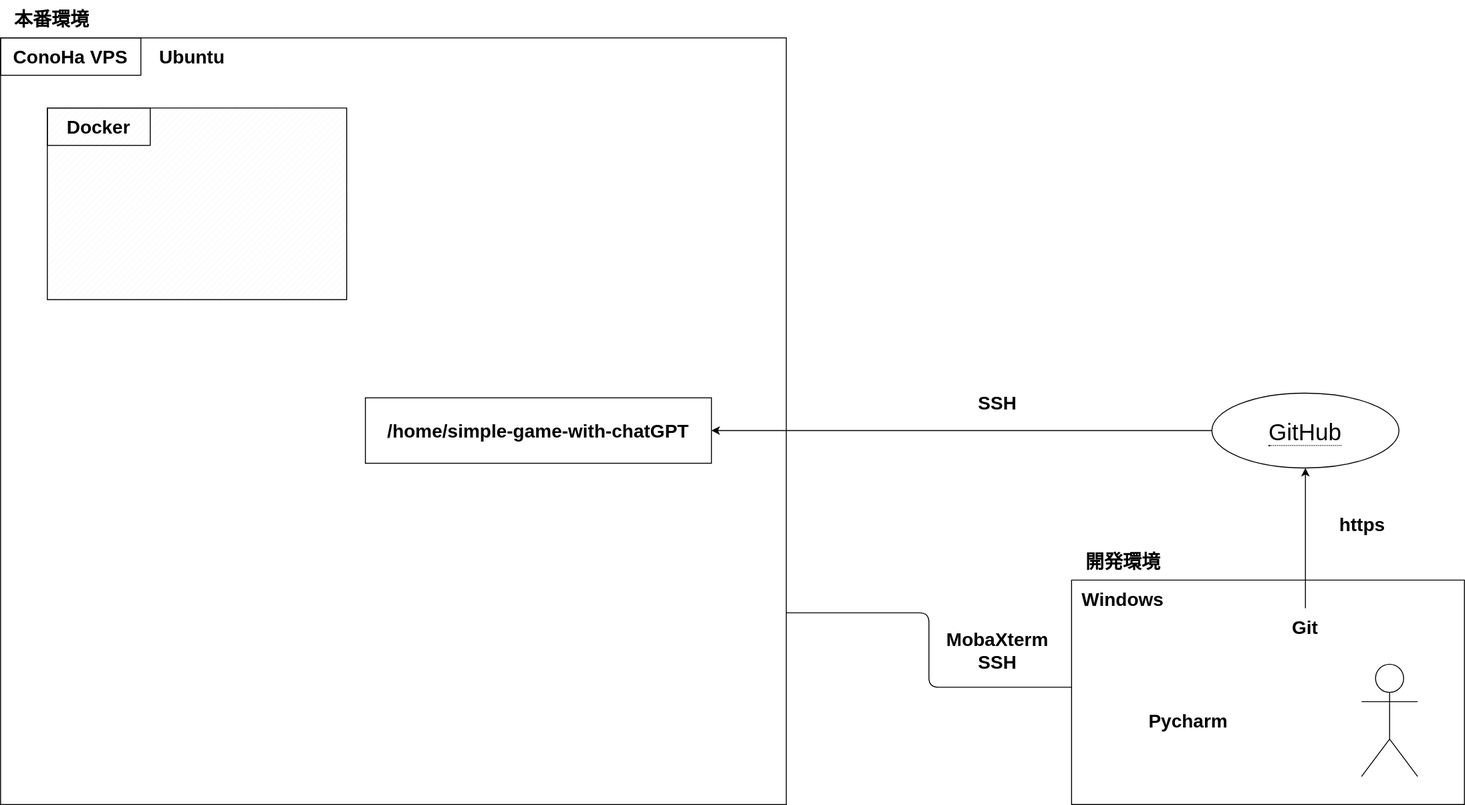
KIX-ITM/simple-game-with-chatGPT keeps this draw.io diagram as 構成図.svg. Above is the earlier version. Source tidied: cells renumbered, new cells last; positions are measured from the earlier drawing's top-left corner, leaving out a move shared by most shapes. Its diagram source:
```xml
<mxGraphModel>
  <root>
    <mxCell id="0" />
    <mxCell id="1" parent="0" />
    <mxCell id="2" style="edgeStyle=orthogonalEdgeStyle;jettySize=auto;html=1;exitX=1;exitY=0.75;exitDx=0;exitDy=0;entryX=0.025;entryY=0.477;entryDx=0;entryDy=0;entryPerimeter=0;" parent="1" edge="1" source="3" target="5">
      <mxGeometry relative="1" as="geometry" />
    </mxCell>
    <mxCell id="3" style="rounded=0;whiteSpace=wrap;html=1;" parent="1" vertex="1">
      <mxGeometry y="40" width="840" height="820" as="geometry" />
    </mxCell>
    <mxCell id="4" value="ConoHa VPS" style="text;html=1;strokeColor=default;fillColor=none;align=center;verticalAlign=middle;whiteSpace=wrap;rounded=0;fontSize=20;fontStyle=1;" parent="1" vertex="1">
      <mxGeometry y="40" width="150" height="40" as="geometry" />
    </mxCell>
    <mxCell id="5" style="verticalLabelPosition=bottom;verticalAlign=top;html=1;shape=mxgraph.basic.rect;fillColor2=none;strokeWidth=1;size=20;indent=5;" parent="1" vertex="1">
      <mxGeometry x="1145" y="620" width="420" height="240" as="geometry" />
    </mxCell>
    <mxCell id="6" value="Ubuntu" style="text;html=1;strokeColor=none;fillColor=none;align=center;verticalAlign=middle;whiteSpace=wrap;rounded=0;fontSize=20;fontStyle=1;" parent="1" vertex="1">
      <mxGeometry x="150" y="40" width="110" height="40" as="geometry" />
    </mxCell>
    <mxCell id="7" value="本番環境" style="text;html=1;strokeColor=none;fillColor=none;align=center;verticalAlign=middle;whiteSpace=wrap;rounded=0;fontSize=20;fontStyle=1;" parent="1" vertex="1">
      <mxGeometry width="110" height="40" as="geometry" />
    </mxCell>
    <mxCell id="8" value="開発環境" style="text;html=1;strokeColor=none;fillColor=none;align=center;verticalAlign=middle;whiteSpace=wrap;rounded=0;fontSize=20;fontStyle=1;" parent="1" vertex="1">
      <mxGeometry x="1145" y="580" width="110" height="40" as="geometry" />
    </mxCell>
    <mxCell id="9" style="edgeStyle=orthogonalEdgeStyle;jettySize=auto;html=1;exitX=0.5;exitY=0;exitDx=0;exitDy=0;entryX=0.5;entryY=1;entryDx=0;entryDy=0;" parent="1" edge="1" source="10" target="16">
      <mxGeometry relative="1" as="geometry" />
    </mxCell>
    <mxCell id="10" value="Git" style="text;html=1;strokeColor=none;fillColor=none;align=center;verticalAlign=middle;whiteSpace=wrap;rounded=0;fontSize=20;fontStyle=1;" parent="1" vertex="1">
      <mxGeometry x="1340" y="650" width="110" height="40" as="geometry" />
    </mxCell>
    <mxCell id="11" style="shape=umlActor;verticalLabelPosition=bottom;verticalAlign=top;html=1;" parent="1" vertex="1">
      <mxGeometry x="1455" y="710" width="60" height="120" as="geometry" />
    </mxCell>
    <mxCell id="12" value="Pycharm" style="text;html=1;strokeColor=none;fillColor=none;align=center;verticalAlign=middle;whiteSpace=wrap;rounded=0;fontSize=20;fontStyle=1;" parent="1" vertex="1">
      <mxGeometry x="1215" y="750" width="110" height="40" as="geometry" />
    </mxCell>
    <mxCell id="13" value="Windows" style="text;html=1;strokeColor=none;fillColor=none;align=center;verticalAlign=middle;whiteSpace=wrap;rounded=0;fontSize=20;fontStyle=1;" parent="1" vertex="1">
      <mxGeometry x="1145" y="620" width="110" height="40" as="geometry" />
    </mxCell>
    <mxCell id="14" style="verticalLabelPosition=bottom;verticalAlign=top;html=1;shape=mxgraph.basic.patternFillRect;fillStyle=diag;step=5;fillStrokeWidth=0.2;fillStrokeColor=#dddddd;" parent="1" vertex="1">
      <mxGeometry x="50" y="115" width="320" height="205" as="geometry" />
    </mxCell>
    <mxCell id="15" style="edgeStyle=orthogonalEdgeStyle;jettySize=auto;html=1;exitX=0;exitY=0.5;exitDx=0;exitDy=0;" parent="1" edge="1" source="16" target="17">
      <mxGeometry relative="1" as="geometry" />
    </mxCell>
    <mxCell id="16" value="&lt;span style=&quot;border-bottom: 1px dotted; font-size: 25px;&quot;&gt;GitHub&lt;/span&gt;" style="ellipse;whiteSpace=wrap;html=1;align=center;fontSize=30;" parent="1" vertex="1">
      <mxGeometry x="1295" y="420" width="200" height="80" as="geometry" />
    </mxCell>
    <mxCell id="17" value="/home/simple-game-with-chatGPT" style="text;html=1;strokeColor=default;fillColor=none;align=center;verticalAlign=middle;whiteSpace=wrap;rounded=0;fontSize=20;fontStyle=1;" parent="1" vertex="1">
      <mxGeometry x="390" y="425" width="370" height="70" as="geometry" />
    </mxCell>
    <mxCell id="18" value="SSH" style="text;html=1;strokeColor=none;fillColor=none;align=center;verticalAlign=middle;whiteSpace=wrap;rounded=0;fontSize=20;fontStyle=1;" parent="1" vertex="1">
      <mxGeometry x="1011" y="410" width="110" height="40" as="geometry" />
    </mxCell>
    <mxCell id="19" value="MobaXterm&lt;br&gt;SSH" style="text;html=1;strokeColor=none;fillColor=none;align=center;verticalAlign=middle;whiteSpace=wrap;rounded=0;fontSize=20;fontStyle=1;" parent="1" vertex="1">
      <mxGeometry x="991" y="650" width="150" height="90" as="geometry" />
    </mxCell>
    <mxCell id="20" value="Docker" style="text;html=1;strokeColor=default;fillColor=none;align=center;verticalAlign=middle;whiteSpace=wrap;rounded=0;fontSize=20;fontStyle=1;" parent="1" vertex="1">
      <mxGeometry x="50" y="115" width="110" height="40" as="geometry" />
    </mxCell>
    <mxCell id="21" value="https" style="text;html=1;strokeColor=none;fillColor=none;align=center;verticalAlign=middle;whiteSpace=wrap;rounded=0;fontSize=20;fontStyle=1;" parent="1" vertex="1">
      <mxGeometry x="1401" y="540" width="110" height="40" as="geometry" />
    </mxCell>
  </root>
</mxGraphModel>
```
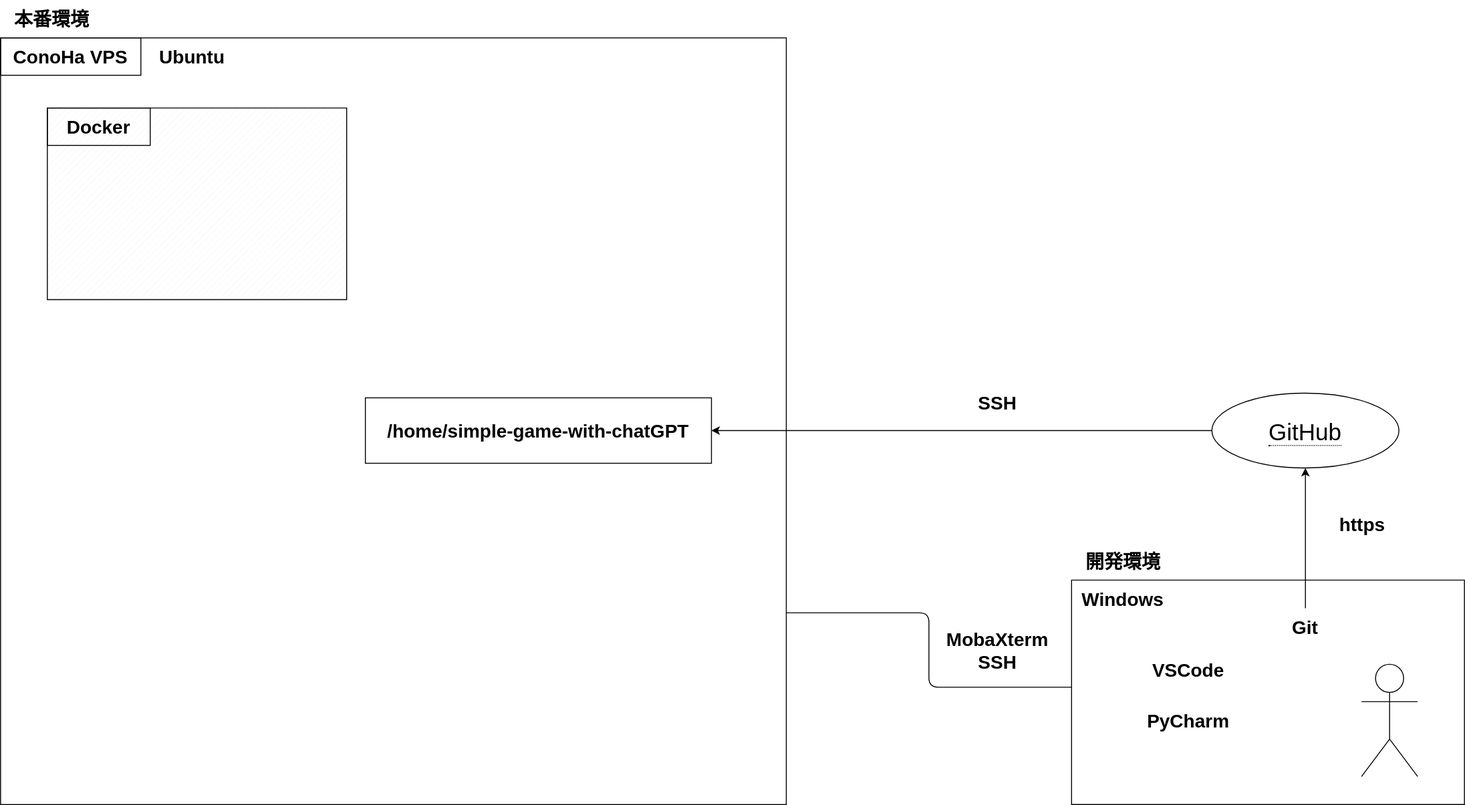
The same file after the commit.

Diff of the diagram source:
```diff
@@ -1,4 +1,4 @@
-<mxGraphModel>
+<mxGraphModel background="#ffffff">
   <root>
     <mxCell id="0" />
     <mxCell id="1" parent="0" />
@@ -32,7 +32,7 @@
     <mxCell id="11" style="shape=umlActor;verticalLabelPosition=bottom;verticalAlign=top;html=1;" parent="1" vertex="1">
       <mxGeometry x="1455" y="710" width="60" height="120" as="geometry" />
     </mxCell>
-    <mxCell id="12" value="Pycharm" style="text;html=1;strokeColor=none;fillColor=none;align=center;verticalAlign=middle;whiteSpace=wrap;rounded=0;fontSize=20;fontStyle=1;" parent="1" vertex="1">
+    <mxCell id="12" value="PyCharm" style="text;html=1;strokeColor=none;fillColor=none;align=center;verticalAlign=middle;whiteSpace=wrap;rounded=0;fontSize=20;fontStyle=1;" parent="1" vertex="1">
       <mxGeometry x="1215" y="750" width="110" height="40" as="geometry" />
     </mxCell>
     <mxCell id="13" value="Windows" style="text;html=1;strokeColor=none;fillColor=none;align=center;verticalAlign=middle;whiteSpace=wrap;rounded=0;fontSize=20;fontStyle=1;" parent="1" vertex="1">
@@ -62,5 +62,8 @@
     <mxCell id="21" value="https" style="text;html=1;strokeColor=none;fillColor=none;align=center;verticalAlign=middle;whiteSpace=wrap;rounded=0;fontSize=20;fontStyle=1;" parent="1" vertex="1">
       <mxGeometry x="1401" y="540" width="110" height="40" as="geometry" />
     </mxCell>
+    <mxCell id="22" value="VSCode" style="text;html=1;strokeColor=none;fillColor=none;align=center;verticalAlign=middle;whiteSpace=wrap;rounded=0;fontSize=20;fontStyle=1;" parent="1" vertex="1">
+      <mxGeometry x="1215" y="696" width="110" height="40" as="geometry" />
+    </mxCell>
   </root>
 </mxGraphModel>
```
